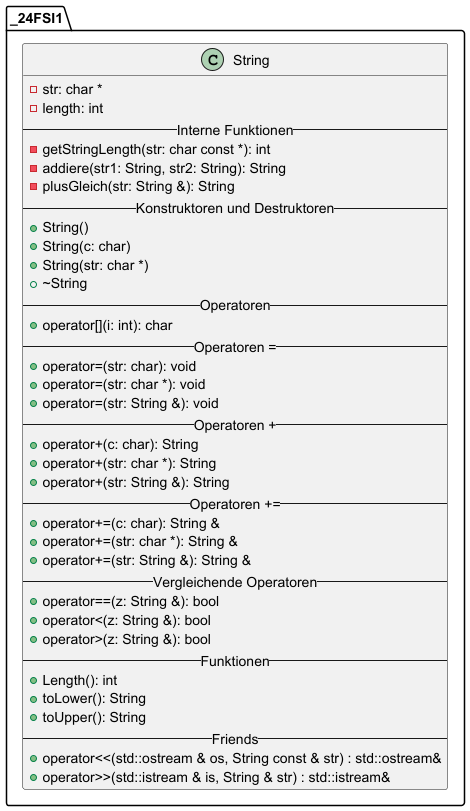
The PlantUML diagram Pics/StringUML.png in CarosCave/EigeneStrings, before a commit. Its diagram source:
```plantuml
@startuml
set namespaceSeparator ::
class _24FSI1::String {
-str: char *
-length: int
-- Interne Funktionen --
-getStringLength(str: char const *): int
-addiere(str1: String, str2: String): String
-plusGleich(str: String &): String
-- Konstruktoren und Destruktoren --
+String()
+String(c: char)
+String(str: char *)
+~String
-- Operatoren --
+operator[](i: int): char
-- Operatoren = --
+operator=(str: char): void
+operator=(str: char *): void
+operator=(str: String &): void
-- Operatoren + --
+operator+(c: char): String
+operator+(str: char *): String
+operator+(str: String &): String
-- Operatoren += --
+operator+=(c: char): String &
+operator+=(str: char *): String &
+operator+=(str: String &): String &
-- Vergleichende Operatoren --
+operator==(z: String &): bool
+operator<(z: String &): bool
+operator>(z: String &): bool
-- Funktionen --
+Length(): int
+toLower(): String
+toUpper(): String
-- Friends --
+operator<<(std::ostream & os, String const & str) : std::ostream&
+operator>>(std::istream & is, String & str) : std::istream&
}

}
@enduml
```
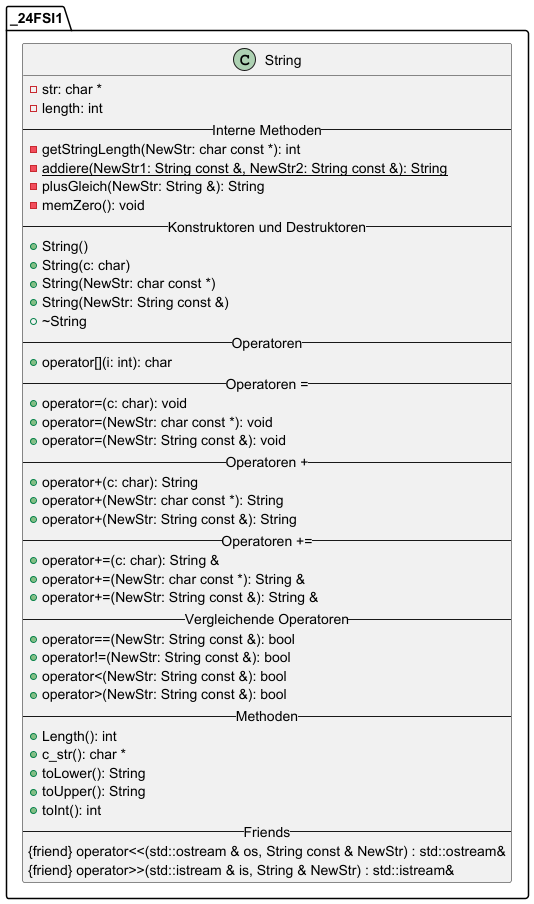
After the change.

Change to the diagram source:
```diff
@@ -3,41 +3,45 @@
 class _24FSI1::String {
 -str: char *
 -length: int
--- Interne Funktionen --
--getStringLength(str: char const *): int
--addiere(str1: String, str2: String): String
--plusGleich(str: String &): String
+-- Interne Methoden --
+-getStringLength(NewStr: char const *): int
+-{static}addiere(NewStr1: String const &, NewStr2: String const &): String
+-plusGleich(NewStr: String &): String
+-memZero(): void
 -- Konstruktoren und Destruktoren --
 +String()
 +String(c: char)
-+String(str: char *)
++String(NewStr: char const *)
++String(NewStr: String const &)
 +~String
 -- Operatoren --
 +operator[](i: int): char
 -- Operatoren = --
-+operator=(str: char): void
-+operator=(str: char *): void
-+operator=(str: String &): void
++operator=(c: char): void
++operator=(NewStr: char const *): void
++operator=(NewStr: String const &): void
 -- Operatoren + --
 +operator+(c: char): String
-+operator+(str: char *): String
-+operator+(str: String &): String
++operator+(NewStr: char const *): String
++operator+(NewStr: String const &): String
 -- Operatoren += --
 +operator+=(c: char): String &
-+operator+=(str: char *): String &
-+operator+=(str: String &): String &
++operator+=(NewStr: char const *): String &
++operator+=(NewStr: String const &): String &
 -- Vergleichende Operatoren --
-+operator==(z: String &): bool
-+operator<(z: String &): bool
-+operator>(z: String &): bool
--- Funktionen --
++operator==(NewStr: String const &): bool
++operator!=(NewStr: String const &): bool
++operator<(NewStr: String const &): bool
++operator>(NewStr: String const &): bool
+-- Methoden --
 +Length(): int
++c_str(): char *
 +toLower(): String
 +toUpper(): String
++toInt(): int
 -- Friends --
-+operator<<(std::ostream & os, String const & str) : std::ostream&
-+operator>>(std::istream & is, String & str) : std::istream&
+{friend} operator<<(std::ostream & os, String const & NewStr) : std::ostream&
+{friend} operator>>(std::istream & is, String & NewStr) : std::istream&
 }
-
 }
 @enduml
```
